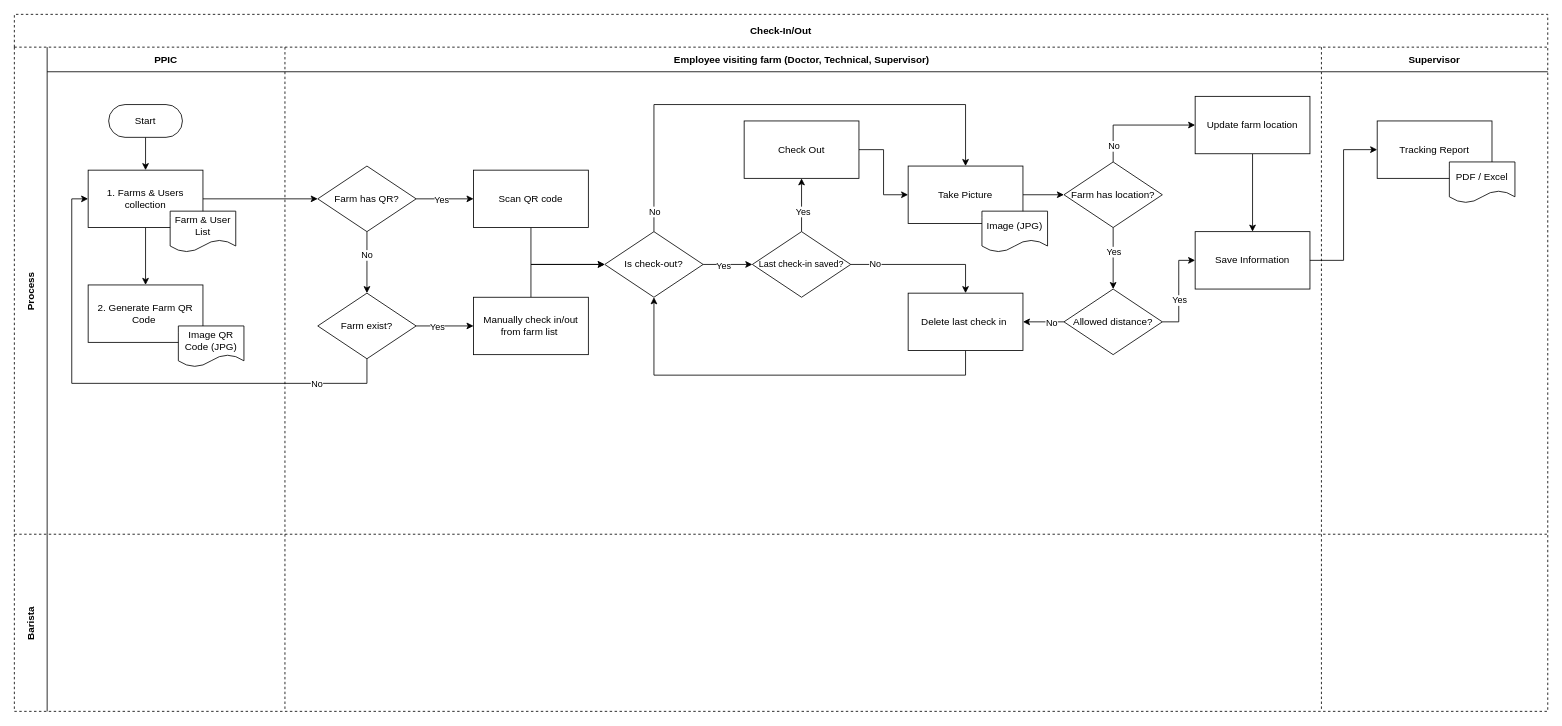
Above: swinegps.drawio in kieunam123/expo-project (draw.io), before the change. Source tidied: cells renumbered, new cells numbered last; positions are measured from the earlier drawing's top-left corner, leaving out a move shared by most shapes. Both pictures are drawn from the tidied source at 82%, with x=0, y=0 at pixel (14, 14).
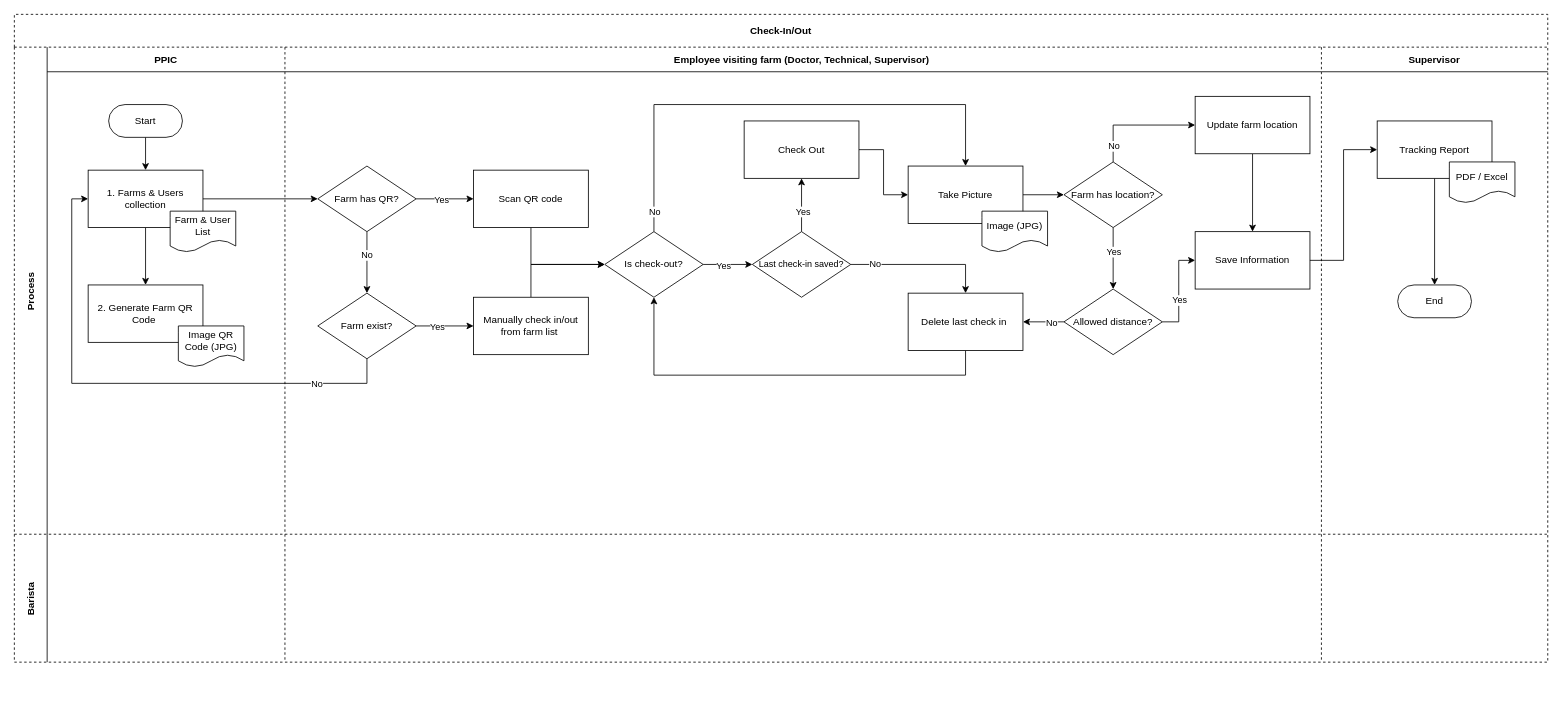
The same page after the edit.

Unchanged cells that the change refers to:
```xml
<mxCell id="55" value="Supervisor" style="swimlane;swimlaneHead=0;swimlaneBody=0;fillColor=none;startSize=30;fontStyle=1;" parent="3" vertex="1">
  <mxGeometry x="1594" width="276" height="594" as="geometry" />
</mxCell>
<mxCell id="56" value="Tracking Report" style="rounded=0;whiteSpace=wrap;html=1;" parent="55" vertex="1">
  <mxGeometry x="68" y="90" width="140" height="70" as="geometry" />
</mxCell>
```

Diff of the diagram source:
```diff
@@
     <mxCell id="2" value="Check-In/Out" style="shape=table;childLayout=tableLayout;startSize=40;fillColor=none;fontStyle=1;dashed=1;" parent="1" vertex="1">
-      <mxGeometry width="1870" height="850" as="geometry" />
+      <mxGeometry width="1870" height="790" as="geometry" />
     </mxCell>
@@
+    <mxCell id="66" style="edgeStyle=orthogonalEdgeStyle;rounded=0;jettySize=auto;html=1;entryX=0.5;entryY=0;entryDx=0;entryDy=0;fontSize=12;" parent="55" edge="1" source="56" target="67">
+      <mxGeometry relative="1" as="geometry" />
+    </mxCell>
@@
+    <mxCell id="67" value="End" style="rounded=1;whiteSpace=wrap;html=1;arcSize=50;" parent="55" vertex="1">
+      <mxGeometry x="93" y="290" width="90" height="40" as="geometry" />
+    </mxCell>
@@
     <mxCell id="62" value="Barista" style="shape=tableRow;horizontal=0;swimlaneHead=0;swimlaneBody=0;top=0;left=0;bottom=0;right=0;fillColor=none;startSize=40;fontStyle=1;" parent="2" vertex="1">
-      <mxGeometry y="634" width="1870" height="216" as="geometry" />
+      <mxGeometry y="634" width="1870" height="156" as="geometry" />
     </mxCell>
     <mxCell id="63" style="swimlane;swimlaneHead=0;swimlaneBody=0;fillColor=none;startSize=0;fontStyle=1;" parent="62" vertex="1">
-      <mxGeometry x="40" width="290" height="216" as="geometry" />
+      <mxGeometry x="40" width="290" height="156" as="geometry" />
     </mxCell>
     <mxCell id="64" style="swimlane;swimlaneHead=0;swimlaneBody=0;fillColor=none;startSize=0;fontStyle=1;" parent="62" vertex="1">
-      <mxGeometry x="330" width="1264" height="216" as="geometry" />
+      <mxGeometry x="330" width="1264" height="156" as="geometry" />
     </mxCell>
     <mxCell id="65" style="swimlane;swimlaneHead=0;swimlaneBody=0;fillColor=none;startSize=0;fontStyle=1;" parent="62" vertex="1">
-      <mxGeometry x="1594" width="276" height="216" as="geometry" />
+      <mxGeometry x="1594" width="276" height="156" as="geometry" />
     </mxCell>
```
